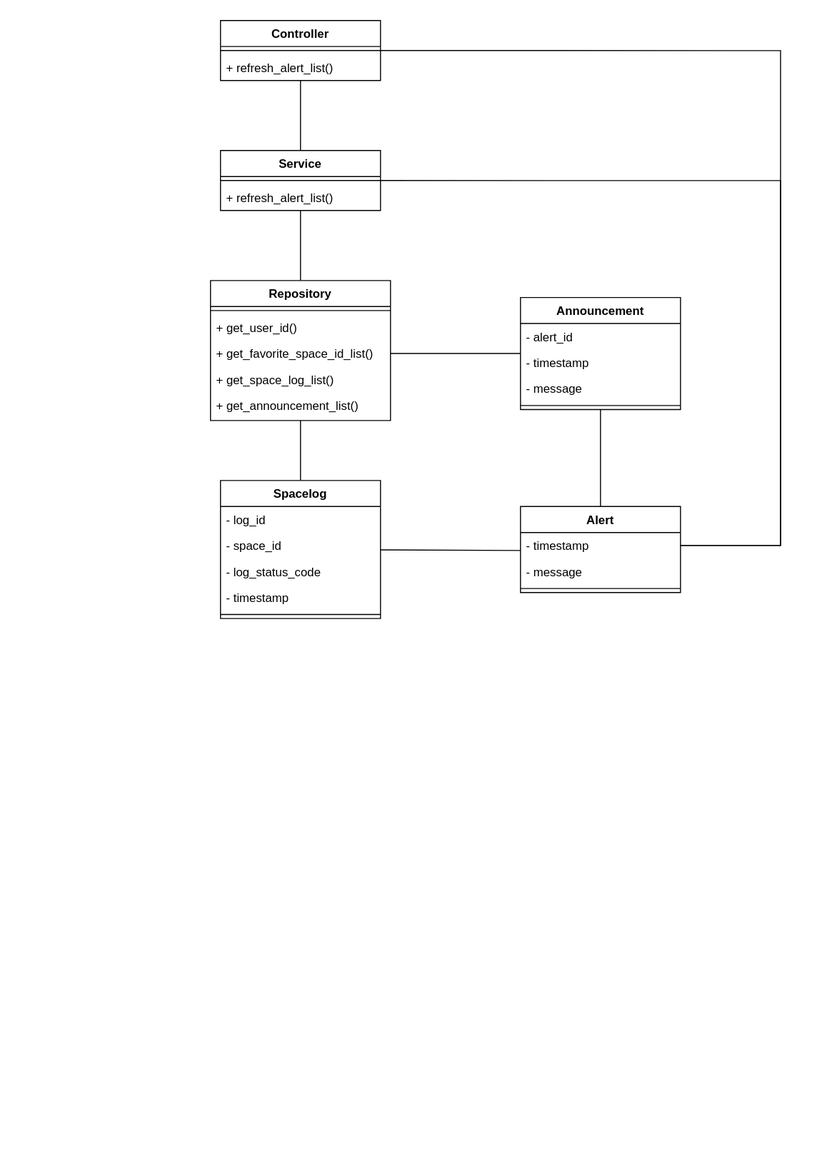
Before: 클래스 다이어그램/alert_server_class_diagram.svg, a diagram exported from draw.io (shlim0/2022_capstone1). Source tidied: cells renumbered, new cells last; positions are measured from the earlier drawing's top-left corner, leaving out a move shared by most shapes.
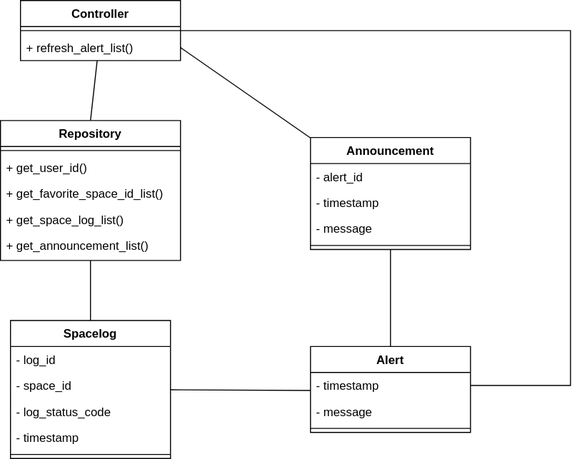
Above is the later version.

Commit message:
alert server class diagram 서비스 클래스 삭제

What changed in the source:
```diff
@@ -2,11 +2,8 @@
   <root>
     <mxCell id="0" />
     <mxCell id="1" parent="0" />
-    <mxCell id="2" style="rounded=0;jettySize=auto;html=1;entryX=0.5;entryY=0;entryDx=0;entryDy=0;endArrow=none;endFill=0;exitX=0.5;exitY=1;exitDx=0;exitDy=0;" parent="1" edge="1" source="6" target="10">
-      <mxGeometry relative="1" as="geometry" />
-    </mxCell>
     <mxCell id="3" value="Controller" style="swimlane;fontStyle=1;align=center;verticalAlign=top;horizontal=1;startSize=26;rounded=0;shadow=0;strokeWidth=1;" parent="1" vertex="1">
-      <mxGeometry x="10" width="160" height="60" as="geometry" />
+      <mxGeometry x="20" y="140" width="160" height="60" as="geometry" />
     </mxCell>
     <mxCell id="4" style="line;html=1;strokeWidth=1;align=left;verticalAlign=middle;spacingTop=-1;spacingLeft=3;spacingRight=3;labelPosition=right;" parent="3" vertex="1">
       <mxGeometry y="26" width="160" height="8" as="geometry" />
@@ -14,16 +11,7 @@
     <mxCell id="5" value="+ refresh_alert_list()" style="text;align=left;verticalAlign=top;spacingLeft=4;spacingRight=4;overflow=hidden;points=[[0,0.5],[1,0.5]];portConstraint=eastwest;" parent="3" vertex="1">
       <mxGeometry y="34" width="160" height="26" as="geometry" />
     </mxCell>
-    <mxCell id="6" value="Service" style="swimlane;fontStyle=1;align=center;verticalAlign=top;horizontal=1;startSize=26;rounded=0;shadow=0;strokeWidth=1;" parent="1" vertex="1">
-      <mxGeometry x="10" y="130" width="160" height="60" as="geometry" />
-    </mxCell>
-    <mxCell id="7" style="line;html=1;strokeWidth=1;align=left;verticalAlign=middle;spacingTop=-1;spacingLeft=3;spacingRight=3;labelPosition=right;" parent="6" vertex="1">
-      <mxGeometry y="26" width="160" height="8" as="geometry" />
-    </mxCell>
-    <mxCell id="8" value="+ refresh_alert_list()" style="text;align=left;verticalAlign=top;spacingLeft=4;spacingRight=4;overflow=hidden;" parent="6" vertex="1">
-      <mxGeometry y="34" width="160" height="26" as="geometry" />
-    </mxCell>
-    <mxCell id="9" style="endArrow=none;endSize=10;endFill=0;shadow=0;strokeWidth=1;rounded=0;elbow=vertical;" parent="1" edge="1" source="6" target="3">
+    <mxCell id="9" style="endArrow=none;endSize=10;endFill=0;shadow=0;strokeWidth=1;rounded=0;elbow=vertical;exitX=0.5;exitY=0;exitDx=0;exitDy=0;" parent="1" edge="1" source="10" target="3">
       <mxGeometry relative="1" as="geometry" />
     </mxCell>
     <mxCell id="10" value="Repository" style="swimlane;fontStyle=1;align=center;verticalAlign=top;horizontal=1;startSize=26;rounded=0;shadow=0;strokeWidth=1;" parent="1" vertex="1">
@@ -80,7 +68,7 @@
     <mxCell id="27" style="line;strokeWidth=1;fillColor=none;align=left;verticalAlign=middle;spacingTop=-1;spacingLeft=3;spacingRight=3;labelPosition=right;strokeColor=inherit;" parent="24" vertex="1">
       <mxGeometry y="78" width="160" height="8" as="geometry" />
     </mxCell>
-    <mxCell id="28" style="edgeStyle=none;rounded=0;jettySize=auto;html=1;entryX=1;entryY=0.5;entryDx=0;entryDy=0;endArrow=none;endFill=0;" parent="1" edge="1" source="30" target="13">
+    <mxCell id="28" style="edgeStyle=none;rounded=0;jettySize=auto;html=1;entryX=1;entryY=0.5;entryDx=0;entryDy=0;endArrow=none;endFill=0;" parent="1" edge="1" source="30" target="5">
       <mxGeometry relative="1" as="geometry" />
     </mxCell>
     <mxCell id="29" style="edgeStyle=none;rounded=0;jettySize=auto;html=1;entryX=0.5;entryY=0;entryDx=0;entryDy=0;endArrow=none;endFill=0;" parent="1" edge="1" source="30" target="24">
@@ -101,19 +89,11 @@
     <mxCell id="34" style="line;strokeWidth=1;fillColor=none;align=left;verticalAlign=middle;spacingTop=-1;spacingLeft=3;spacingRight=3;labelPosition=right;strokeColor=inherit;" parent="30" vertex="1">
       <mxGeometry y="104" width="160" height="8" as="geometry" />
     </mxCell>
-    <mxCell id="35" style="edgeStyle=orthogonalEdgeStyle;rounded=0;jettySize=auto;html=1;entryX=1;entryY=0.5;entryDx=0;entryDy=0;endArrow=none;endFill=0;" parent="1" edge="1" source="25" target="6">
-      <mxGeometry relative="1" as="geometry">
-        <Array as="points">
-          <mxPoint x="570" y="525" />
-          <mxPoint x="570" y="160" />
-        </Array>
-      </mxGeometry>
-    </mxCell>
     <mxCell id="36" style="edgeStyle=orthogonalEdgeStyle;rounded=0;jettySize=auto;html=1;entryX=1;entryY=0.5;entryDx=0;entryDy=0;endArrow=none;endFill=0;" parent="1" edge="1" source="25" target="3">
       <mxGeometry relative="1" as="geometry">
         <Array as="points">
           <mxPoint x="570" y="525" />
-          <mxPoint x="570" y="30" />
+          <mxPoint x="570" y="170" />
         </Array>
       </mxGeometry>
     </mxCell>
```
